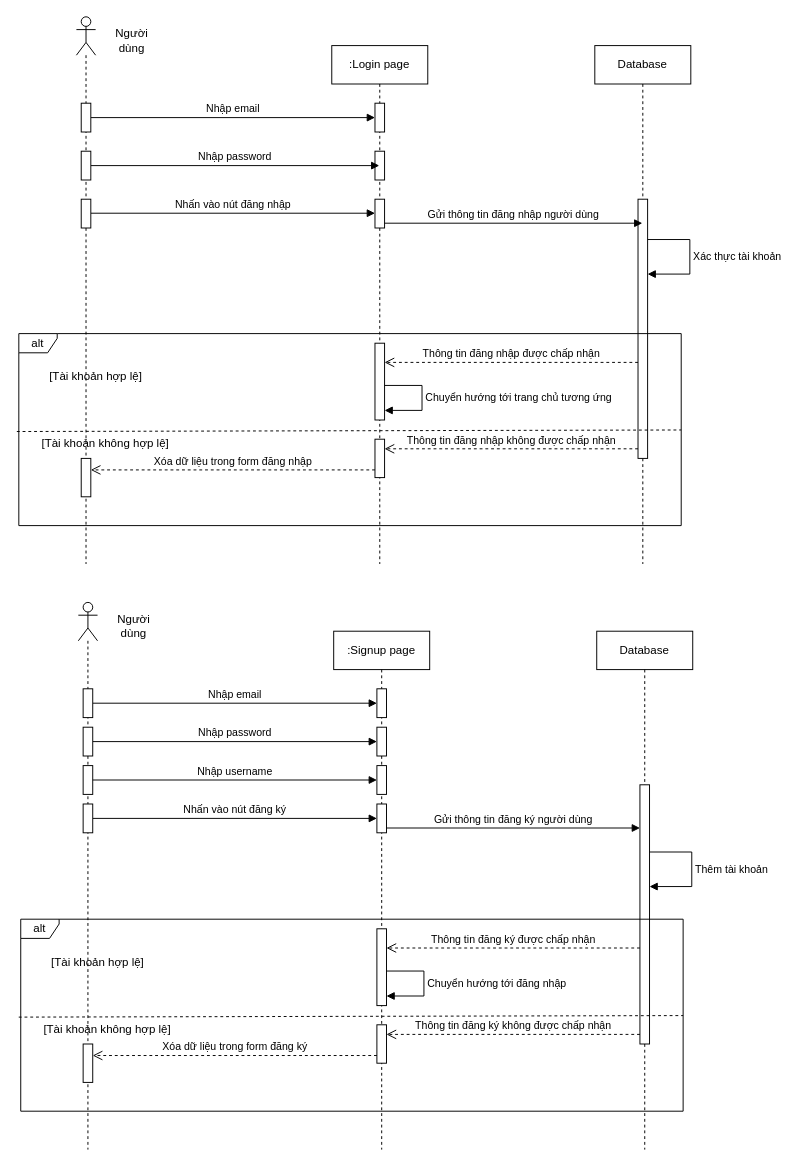
This is SAD Diagrams/login_signup_sequence_diagram.drawio from hvt299/do_an_co_so_2, a draw.io file, before an edit. Source tidied: cells renumbered, new cells numbered last; positions are measured from the earlier drawing's top-left corner, leaving out a move shared by most shapes. Both pictures are drawn from the tidied source at 96%, with x=0, y=0 at pixel (18, 16).
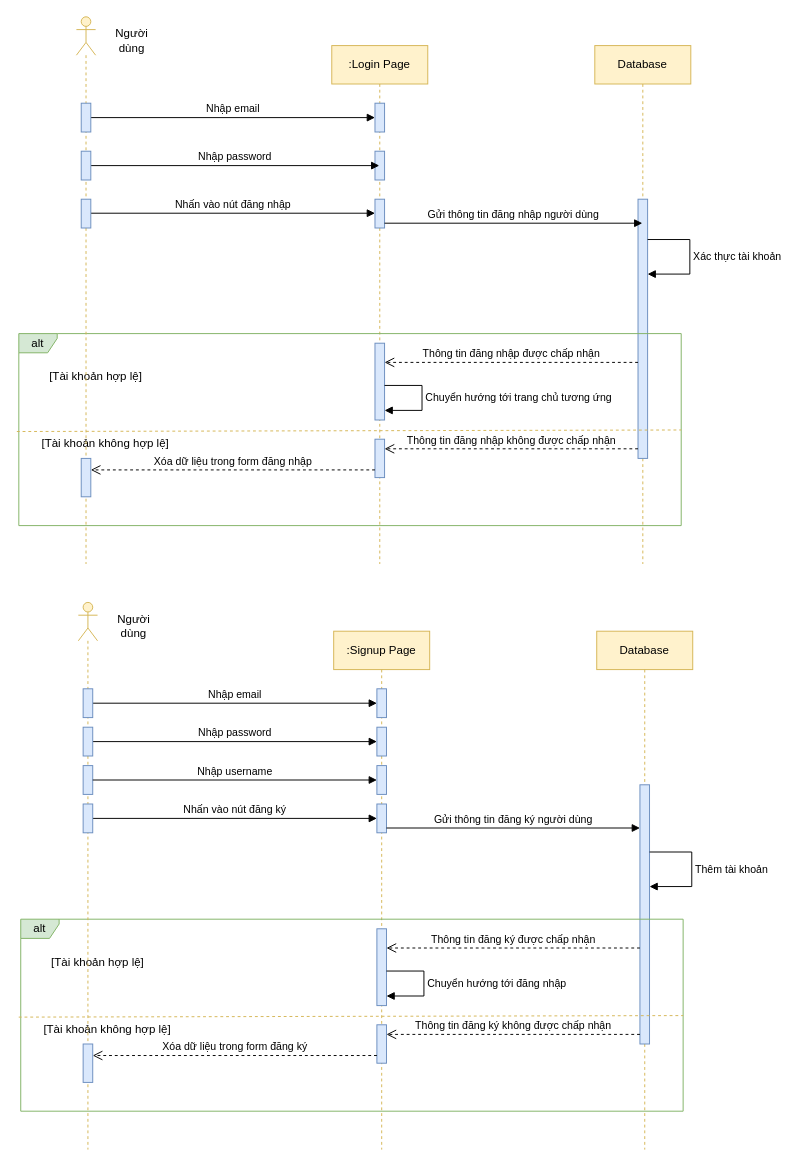
The same page after the edit.

Commit message (it also covers changes not shown here):
Hoàn tất 100% Diagram

The edit, as a diff of the source:
```diff
@@
-    <mxCell id="2" value=":Login page" style="shape=umlLifeline;perimeter=lifelinePerimeter;whiteSpace=wrap;html=1;outlineConnect=0;portConstraint=eastwest;newEdgeStyle={&quot;edgeStyle&quot;:&quot;elbowEdgeStyle&quot;,&quot;elbow&quot;:&quot;vertical&quot;,&quot;curved&quot;:0,&quot;rounded&quot;:0};" parent="1" vertex="1">
+    <mxCell id="2" value=":Login Page" style="shape=umlLifeline;perimeter=lifelinePerimeter;whiteSpace=wrap;html=1;outlineConnect=0;portConstraint=eastwest;newEdgeStyle={&quot;edgeStyle&quot;:&quot;elbowEdgeStyle&quot;,&quot;elbow&quot;:&quot;vertical&quot;,&quot;curved&quot;:0,&quot;rounded&quot;:0};fillColor=#fff2cc;strokeColor=#d6b656;" parent="1" vertex="1">
       <mxGeometry x="326.1" y="30" width="100" height="540" as="geometry" />
     </mxCell>
-    <mxCell id="3" style="html=1;points=[];perimeter=orthogonalPerimeter;outlineConnect=0;targetShapes=umlLifeline;portConstraint=eastwest;newEdgeStyle={&quot;edgeStyle&quot;:&quot;elbowEdgeStyle&quot;,&quot;elbow&quot;:&quot;vertical&quot;,&quot;curved&quot;:0,&quot;rounded&quot;:0};" parent="2" vertex="1">
+    <mxCell id="3" style="html=1;points=[];perimeter=orthogonalPerimeter;outlineConnect=0;targetShapes=umlLifeline;portConstraint=eastwest;newEdgeStyle={&quot;edgeStyle&quot;:&quot;elbowEdgeStyle&quot;,&quot;elbow&quot;:&quot;vertical&quot;,&quot;curved&quot;:0,&quot;rounded&quot;:0};fillColor=#dae8fc;strokeColor=#6c8ebf;" parent="2" vertex="1">
       <mxGeometry x="45" y="60" width="10" height="30" as="geometry" />
     </mxCell>
-    <mxCell id="4" style="html=1;perimeter=orthogonalPerimeter;targetShapes=umlLifeline;newEdgeStyle={&quot;curved&quot;:0,&quot;rounded&quot;:0};" parent="2" vertex="1">
+    <mxCell id="4" style="html=1;perimeter=orthogonalPerimeter;targetShapes=umlLifeline;newEdgeStyle={&quot;curved&quot;:0,&quot;rounded&quot;:0};fillColor=#dae8fc;strokeColor=#6c8ebf;" parent="2" vertex="1">
       <mxGeometry x="45" y="110" width="10" height="30" as="geometry" />
     </mxCell>
-    <mxCell id="5" style="html=1;points=[[0,0,0,0,5],[0,1,0,0,-5],[1,0,0,0,5],[1,1,0,0,-5]];perimeter=orthogonalPerimeter;outlineConnect=0;targetShapes=umlLifeline;portConstraint=eastwest;newEdgeStyle={&quot;curved&quot;:0,&quot;rounded&quot;:0};" parent="2" vertex="1">
+    <mxCell id="5" style="html=1;points=[[0,0,0,0,5],[0,1,0,0,-5],[1,0,0,0,5],[1,1,0,0,-5]];perimeter=orthogonalPerimeter;outlineConnect=0;targetShapes=umlLifeline;portConstraint=eastwest;newEdgeStyle={&quot;curved&quot;:0,&quot;rounded&quot;:0};fillColor=#dae8fc;strokeColor=#6c8ebf;" parent="2" vertex="1">
       <mxGeometry x="45" y="160" width="10" height="30" as="geometry" />
     </mxCell>
-    <mxCell id="6" value="Database" style="shape=umlLifeline;perimeter=lifelinePerimeter;whiteSpace=wrap;html=1;outlineConnect=0;portConstraint=eastwest;newEdgeStyle={&quot;edgeStyle&quot;:&quot;elbowEdgeStyle&quot;,&quot;elbow&quot;:&quot;vertical&quot;,&quot;curved&quot;:0,&quot;rounded&quot;:0};" parent="1" vertex="1">
+    <mxCell id="6" value="Database" style="shape=umlLifeline;perimeter=lifelinePerimeter;whiteSpace=wrap;html=1;outlineConnect=0;portConstraint=eastwest;newEdgeStyle={&quot;edgeStyle&quot;:&quot;elbowEdgeStyle&quot;,&quot;elbow&quot;:&quot;vertical&quot;,&quot;curved&quot;:0,&quot;rounded&quot;:0};fillColor=#fff2cc;strokeColor=#d6b656;" parent="1" vertex="1">
       <mxGeometry x="600.1" y="30" width="100" height="540" as="geometry" />
     </mxCell>
-    <mxCell id="7" style="html=1;points=[];perimeter=orthogonalPerimeter;outlineConnect=0;targetShapes=umlLifeline;portConstraint=eastwest;newEdgeStyle={&quot;edgeStyle&quot;:&quot;elbowEdgeStyle&quot;,&quot;elbow&quot;:&quot;vertical&quot;,&quot;curved&quot;:0,&quot;rounded&quot;:0};" parent="6" vertex="1">
+    <mxCell id="7" style="html=1;points=[];perimeter=orthogonalPerimeter;outlineConnect=0;targetShapes=umlLifeline;portConstraint=eastwest;newEdgeStyle={&quot;edgeStyle&quot;:&quot;elbowEdgeStyle&quot;,&quot;elbow&quot;:&quot;vertical&quot;,&quot;curved&quot;:0,&quot;rounded&quot;:0};fillColor=#dae8fc;strokeColor=#6c8ebf;" parent="6" vertex="1">
       <mxGeometry x="45" y="160" width="10" height="270" as="geometry" />
     </mxCell>
@@
-    <mxCell id="13" value="alt" style="shape=umlFrame;whiteSpace=wrap;html=1;width=40;height=20;" parent="1" vertex="1">
+    <mxCell id="13" value="alt" style="shape=umlFrame;whiteSpace=wrap;html=1;width=40;height=20;fillColor=#d5e8d4;strokeColor=#82b366;" parent="1" vertex="1">
       <mxGeometry x="0.1" y="330" width="690" height="200" as="geometry" />
     </mxCell>
-    <mxCell id="14" style="endArrow=none;dashed=1;html=1;rounded=0;entryX=1;entryY=0.502;entryDx=0;entryDy=0;entryPerimeter=0;exitX=-0.003;exitY=0.51;exitDx=0;exitDy=0;exitPerimeter=0;" parent="1" edge="1" source="13" target="13">
+    <mxCell id="14" style="endArrow=none;dashed=1;html=1;rounded=0;entryX=1;entryY=0.502;entryDx=0;entryDy=0;entryPerimeter=0;exitX=-0.003;exitY=0.51;exitDx=0;exitDy=0;exitPerimeter=0;fillColor=#fff2cc;strokeColor=#d6b656;" parent="1" edge="1" source="13" target="13">
       <mxGeometry relative="1" as="geometry" />
     </mxCell>
-    <mxCell id="15" style="html=1;points=[[0,0,0,0,5],[0,1,0,0,-5],[1,0,0,0,5],[1,1,0,0,-5]];perimeter=orthogonalPerimeter;outlineConnect=0;targetShapes=umlLifeline;portConstraint=eastwest;newEdgeStyle={&quot;curved&quot;:0,&quot;rounded&quot;:0};" parent="1" vertex="1">
+    <mxCell id="15" style="html=1;points=[[0,0,0,0,5],[0,1,0,0,-5],[1,0,0,0,5],[1,1,0,0,-5]];perimeter=orthogonalPerimeter;outlineConnect=0;targetShapes=umlLifeline;portConstraint=eastwest;newEdgeStyle={&quot;curved&quot;:0,&quot;rounded&quot;:0};fillColor=#dae8fc;strokeColor=#6c8ebf;" parent="1" vertex="1">
       <mxGeometry x="371.1" y="340" width="10" height="80" as="geometry" />
     </mxCell>
@@
-    <mxCell id="20" style="html=1;perimeter=orthogonalPerimeter;targetShapes=umlLifeline;newEdgeStyle={&quot;curved&quot;:0,&quot;rounded&quot;:0};" parent="1" vertex="1">
+    <mxCell id="20" style="html=1;perimeter=orthogonalPerimeter;targetShapes=umlLifeline;newEdgeStyle={&quot;curved&quot;:0,&quot;rounded&quot;:0};fillColor=#dae8fc;strokeColor=#6c8ebf;" parent="1" vertex="1">
       <mxGeometry x="371.1" y="440" width="10" height="40" as="geometry" />
     </mxCell>
@@
-    <mxCell id="22" style="shape=umlLifeline;perimeter=lifelinePerimeter;whiteSpace=wrap;html=1;newEdgeStyle={&quot;curved&quot;:0,&quot;rounded&quot;:0};participant=umlActor;" parent="1" vertex="1">
+    <mxCell id="22" style="shape=umlLifeline;perimeter=lifelinePerimeter;whiteSpace=wrap;html=1;newEdgeStyle={&quot;curved&quot;:0,&quot;rounded&quot;:0};participant=umlActor;fillColor=#fff2cc;strokeColor=#d6b656;" parent="1" vertex="1">
       <mxGeometry x="60.1" width="20" height="570" as="geometry" />
     </mxCell>
-    <mxCell id="23" style="html=1;points=[[0,0,0,0,5],[0,1,0,0,-5],[1,0,0,0,5],[1,1,0,0,-5]];perimeter=orthogonalPerimeter;outlineConnect=0;targetShapes=umlLifeline;portConstraint=eastwest;newEdgeStyle={&quot;curved&quot;:0,&quot;rounded&quot;:0};" parent="22" vertex="1">
+    <mxCell id="23" style="html=1;points=[[0,0,0,0,5],[0,1,0,0,-5],[1,0,0,0,5],[1,1,0,0,-5]];perimeter=orthogonalPerimeter;outlineConnect=0;targetShapes=umlLifeline;portConstraint=eastwest;newEdgeStyle={&quot;curved&quot;:0,&quot;rounded&quot;:0};fillColor=#dae8fc;strokeColor=#6c8ebf;" parent="22" vertex="1">
       <mxGeometry x="5" y="90" width="10" height="30" as="geometry" />
     </mxCell>
-    <mxCell id="24" style="html=1;points=[[0,0,0,0,5],[0,1,0,0,-5],[1,0,0,0,5],[1,1,0,0,-5]];perimeter=orthogonalPerimeter;outlineConnect=0;targetShapes=umlLifeline;portConstraint=eastwest;newEdgeStyle={&quot;curved&quot;:0,&quot;rounded&quot;:0};" parent="22" vertex="1">
+    <mxCell id="24" style="html=1;points=[[0,0,0,0,5],[0,1,0,0,-5],[1,0,0,0,5],[1,1,0,0,-5]];perimeter=orthogonalPerimeter;outlineConnect=0;targetShapes=umlLifeline;portConstraint=eastwest;newEdgeStyle={&quot;curved&quot;:0,&quot;rounded&quot;:0};fillColor=#dae8fc;strokeColor=#6c8ebf;" parent="22" vertex="1">
       <mxGeometry x="5" y="140" width="10" height="30" as="geometry" />
     </mxCell>
-    <mxCell id="25" style="html=1;points=[[0,0,0,0,5],[0,1,0,0,-5],[1,0,0,0,5],[1,1,0,0,-5]];perimeter=orthogonalPerimeter;outlineConnect=0;targetShapes=umlLifeline;portConstraint=eastwest;newEdgeStyle={&quot;curved&quot;:0,&quot;rounded&quot;:0};" parent="22" vertex="1">
+    <mxCell id="25" style="html=1;points=[[0,0,0,0,5],[0,1,0,0,-5],[1,0,0,0,5],[1,1,0,0,-5]];perimeter=orthogonalPerimeter;outlineConnect=0;targetShapes=umlLifeline;portConstraint=eastwest;newEdgeStyle={&quot;curved&quot;:0,&quot;rounded&quot;:0};fillColor=#dae8fc;strokeColor=#6c8ebf;" parent="22" vertex="1">
       <mxGeometry x="5" y="190" width="10" height="30" as="geometry" />
     </mxCell>
-    <mxCell id="26" style="html=1;points=[[0,0,0,0,5],[0,1,0,0,-5],[1,0,0,0,5],[1,1,0,0,-5]];perimeter=orthogonalPerimeter;outlineConnect=0;targetShapes=umlLifeline;portConstraint=eastwest;newEdgeStyle={&quot;curved&quot;:0,&quot;rounded&quot;:0};" parent="22" vertex="1">
+    <mxCell id="26" style="html=1;points=[[0,0,0,0,5],[0,1,0,0,-5],[1,0,0,0,5],[1,1,0,0,-5]];perimeter=orthogonalPerimeter;outlineConnect=0;targetShapes=umlLifeline;portConstraint=eastwest;newEdgeStyle={&quot;curved&quot;:0,&quot;rounded&quot;:0};fillColor=#dae8fc;strokeColor=#6c8ebf;" parent="22" vertex="1">
       <mxGeometry x="5" y="460" width="10" height="40" as="geometry" />
     </mxCell>
@@
-    <mxCell id="29" value=":Signup page" style="shape=umlLifeline;perimeter=lifelinePerimeter;whiteSpace=wrap;html=1;newEdgeStyle={&quot;edgeStyle&quot;:&quot;elbowEdgeStyle&quot;,&quot;elbow&quot;:&quot;vertical&quot;,&quot;curved&quot;:0,&quot;rounded&quot;:0};" parent="1" vertex="1">
+    <mxCell id="29" value=":Signup Page" style="shape=umlLifeline;perimeter=lifelinePerimeter;whiteSpace=wrap;html=1;newEdgeStyle={&quot;edgeStyle&quot;:&quot;elbowEdgeStyle&quot;,&quot;elbow&quot;:&quot;vertical&quot;,&quot;curved&quot;:0,&quot;rounded&quot;:0};fillColor=#fff2cc;strokeColor=#d6b656;" parent="1" vertex="1">
       <mxGeometry x="328.1" y="640" width="100" height="540" as="geometry" />
     </mxCell>
-    <mxCell id="30" style="html=1;points=[];perimeter=orthogonalPerimeter;outlineConnect=0;targetShapes=umlLifeline;portConstraint=eastwest;newEdgeStyle={&quot;edgeStyle&quot;:&quot;elbowEdgeStyle&quot;,&quot;elbow&quot;:&quot;vertical&quot;,&quot;curved&quot;:0,&quot;rounded&quot;:0};" parent="29" vertex="1">
+    <mxCell id="30" style="html=1;points=[];perimeter=orthogonalPerimeter;outlineConnect=0;targetShapes=umlLifeline;portConstraint=eastwest;newEdgeStyle={&quot;edgeStyle&quot;:&quot;elbowEdgeStyle&quot;,&quot;elbow&quot;:&quot;vertical&quot;,&quot;curved&quot;:0,&quot;rounded&quot;:0};fillColor=#dae8fc;strokeColor=#6c8ebf;" parent="29" vertex="1">
       <mxGeometry x="45" y="60" width="10" height="30" as="geometry" />
     </mxCell>
-    <mxCell id="31" style="html=1;points=[[0,0,0,0,5],[0,1,0,0,-5],[1,0,0,0,5],[1,1,0,0,-5]];perimeter=orthogonalPerimeter;outlineConnect=0;targetShapes=umlLifeline;portConstraint=eastwest;newEdgeStyle={&quot;curved&quot;:0,&quot;rounded&quot;:0};" parent="29" vertex="1">
+    <mxCell id="31" style="html=1;points=[[0,0,0,0,5],[0,1,0,0,-5],[1,0,0,0,5],[1,1,0,0,-5]];perimeter=orthogonalPerimeter;outlineConnect=0;targetShapes=umlLifeline;portConstraint=eastwest;newEdgeStyle={&quot;curved&quot;:0,&quot;rounded&quot;:0};fillColor=#dae8fc;strokeColor=#6c8ebf;" parent="29" vertex="1">
       <mxGeometry x="45" y="100" width="10" height="30" as="geometry" />
     </mxCell>
-    <mxCell id="32" style="html=1;points=[[0,0,0,0,5],[0,1,0,0,-5],[1,0,0,0,5],[1,1,0,0,-5]];perimeter=orthogonalPerimeter;outlineConnect=0;targetShapes=umlLifeline;portConstraint=eastwest;newEdgeStyle={&quot;curved&quot;:0,&quot;rounded&quot;:0};" parent="29" vertex="1">
+    <mxCell id="32" style="html=1;points=[[0,0,0,0,5],[0,1,0,0,-5],[1,0,0,0,5],[1,1,0,0,-5]];perimeter=orthogonalPerimeter;outlineConnect=0;targetShapes=umlLifeline;portConstraint=eastwest;newEdgeStyle={&quot;curved&quot;:0,&quot;rounded&quot;:0};fillColor=#dae8fc;strokeColor=#6c8ebf;" parent="29" vertex="1">
       <mxGeometry x="45" y="140" width="10" height="30" as="geometry" />
     </mxCell>
-    <mxCell id="33" style="html=1;points=[[0,0,0,0,5],[0,1,0,0,-5],[1,0,0,0,5],[1,1,0,0,-5]];perimeter=orthogonalPerimeter;outlineConnect=0;targetShapes=umlLifeline;portConstraint=eastwest;newEdgeStyle={&quot;curved&quot;:0,&quot;rounded&quot;:0};" parent="29" vertex="1">
+    <mxCell id="33" style="html=1;points=[[0,0,0,0,5],[0,1,0,0,-5],[1,0,0,0,5],[1,1,0,0,-5]];perimeter=orthogonalPerimeter;outlineConnect=0;targetShapes=umlLifeline;portConstraint=eastwest;newEdgeStyle={&quot;curved&quot;:0,&quot;rounded&quot;:0};fillColor=#dae8fc;strokeColor=#6c8ebf;" parent="29" vertex="1">
       <mxGeometry x="45" y="180" width="10" height="30" as="geometry" />
     </mxCell>
-    <mxCell id="34" value="Database" style="shape=umlLifeline;perimeter=lifelinePerimeter;whiteSpace=wrap;html=1;newEdgeStyle={&quot;edgeStyle&quot;:&quot;elbowEdgeStyle&quot;,&quot;elbow&quot;:&quot;vertical&quot;,&quot;curved&quot;:0,&quot;rounded&quot;:0};" parent="1" vertex="1">
+    <mxCell id="34" value="Database" style="shape=umlLifeline;perimeter=lifelinePerimeter;whiteSpace=wrap;html=1;newEdgeStyle={&quot;edgeStyle&quot;:&quot;elbowEdgeStyle&quot;,&quot;elbow&quot;:&quot;vertical&quot;,&quot;curved&quot;:0,&quot;rounded&quot;:0};fillColor=#fff2cc;strokeColor=#d6b656;" parent="1" vertex="1">
       <mxGeometry x="602.1" y="640" width="100" height="540" as="geometry" />
     </mxCell>
-    <mxCell id="35" style="html=1;points=[];perimeter=orthogonalPerimeter;outlineConnect=0;targetShapes=umlLifeline;portConstraint=eastwest;newEdgeStyle={&quot;edgeStyle&quot;:&quot;elbowEdgeStyle&quot;,&quot;elbow&quot;:&quot;vertical&quot;,&quot;curved&quot;:0,&quot;rounded&quot;:0};" parent="34" vertex="1">
+    <mxCell id="35" style="html=1;points=[];perimeter=orthogonalPerimeter;outlineConnect=0;targetShapes=umlLifeline;portConstraint=eastwest;newEdgeStyle={&quot;edgeStyle&quot;:&quot;elbowEdgeStyle&quot;,&quot;elbow&quot;:&quot;vertical&quot;,&quot;curved&quot;:0,&quot;rounded&quot;:0};fillColor=#dae8fc;strokeColor=#6c8ebf;" parent="34" vertex="1">
       <mxGeometry x="45" y="160" width="10" height="270" as="geometry" />
     </mxCell>
@@
-    <mxCell id="41" value="alt" style="shape=umlFrame;whiteSpace=wrap;html=1;width=40;height=20;" parent="1" vertex="1">
+    <mxCell id="41" value="alt" style="shape=umlFrame;whiteSpace=wrap;html=1;width=40;height=20;fillColor=#d5e8d4;strokeColor=#82b366;" parent="1" vertex="1">
       <mxGeometry x="2.1" y="940" width="690" height="200" as="geometry" />
     </mxCell>
-    <mxCell id="42" style="endArrow=none;dashed=1;html=1;rounded=0;entryX=1;entryY=0.502;entryDx=0;entryDy=0;entryPerimeter=0;exitX=-0.003;exitY=0.51;exitDx=0;exitDy=0;exitPerimeter=0;" parent="1" edge="1" source="41" target="41">
+    <mxCell id="42" style="endArrow=none;dashed=1;html=1;rounded=0;entryX=1;entryY=0.502;entryDx=0;entryDy=0;entryPerimeter=0;exitX=-0.003;exitY=0.51;exitDx=0;exitDy=0;exitPerimeter=0;fillColor=#fff2cc;strokeColor=#d6b656;" parent="1" edge="1" source="41" target="41">
       <mxGeometry relative="1" as="geometry" />
     </mxCell>
-    <mxCell id="43" style="html=1;points=[[0,0,0,0,5],[0,1,0,0,-5],[1,0,0,0,5],[1,1,0,0,-5]];perimeter=orthogonalPerimeter;outlineConnect=0;targetShapes=umlLifeline;portConstraint=eastwest;newEdgeStyle={&quot;curved&quot;:0,&quot;rounded&quot;:0};" parent="1" vertex="1">
+    <mxCell id="43" style="html=1;points=[[0,0,0,0,5],[0,1,0,0,-5],[1,0,0,0,5],[1,1,0,0,-5]];perimeter=orthogonalPerimeter;outlineConnect=0;targetShapes=umlLifeline;portConstraint=eastwest;newEdgeStyle={&quot;curved&quot;:0,&quot;rounded&quot;:0};fillColor=#dae8fc;strokeColor=#6c8ebf;" parent="1" vertex="1">
       <mxGeometry x="373.1" y="950" width="10" height="80" as="geometry" />
     </mxCell>
@@
-    <mxCell id="48" style="html=1;perimeter=orthogonalPerimeter;targetShapes=umlLifeline;newEdgeStyle={&quot;curved&quot;:0,&quot;rounded&quot;:0};" parent="1" vertex="1">
+    <mxCell id="48" style="html=1;perimeter=orthogonalPerimeter;targetShapes=umlLifeline;newEdgeStyle={&quot;curved&quot;:0,&quot;rounded&quot;:0};fillColor=#dae8fc;strokeColor=#6c8ebf;" parent="1" vertex="1">
       <mxGeometry x="373.1" y="1050" width="10" height="40" as="geometry" />
     </mxCell>
@@
-    <mxCell id="50" style="shape=umlLifeline;perimeter=lifelinePerimeter;whiteSpace=wrap;html=1;newEdgeStyle={&quot;curved&quot;:0,&quot;rounded&quot;:0};participant=umlActor;" parent="1" vertex="1">
+    <mxCell id="50" style="shape=umlLifeline;perimeter=lifelinePerimeter;whiteSpace=wrap;html=1;newEdgeStyle={&quot;curved&quot;:0,&quot;rounded&quot;:0};participant=umlActor;fillColor=#fff2cc;strokeColor=#d6b656;" parent="1" vertex="1">
       <mxGeometry x="62.1" y="610" width="20" height="570" as="geometry" />
     </mxCell>
-    <mxCell id="51" style="html=1;points=[[0,0,0,0,5],[0,1,0,0,-5],[1,0,0,0,5],[1,1,0,0,-5]];perimeter=orthogonalPerimeter;outlineConnect=0;targetShapes=umlLifeline;portConstraint=eastwest;newEdgeStyle={&quot;curved&quot;:0,&quot;rounded&quot;:0};" parent="50" vertex="1">
+    <mxCell id="51" style="html=1;points=[[0,0,0,0,5],[0,1,0,0,-5],[1,0,0,0,5],[1,1,0,0,-5]];perimeter=orthogonalPerimeter;outlineConnect=0;targetShapes=umlLifeline;portConstraint=eastwest;newEdgeStyle={&quot;curved&quot;:0,&quot;rounded&quot;:0};fillColor=#dae8fc;strokeColor=#6c8ebf;" parent="50" vertex="1">
       <mxGeometry x="5" y="90" width="10" height="30" as="geometry" />
     </mxCell>
-    <mxCell id="52" style="html=1;points=[[0,0,0,0,5],[0,1,0,0,-5],[1,0,0,0,5],[1,1,0,0,-5]];perimeter=orthogonalPerimeter;outlineConnect=0;targetShapes=umlLifeline;portConstraint=eastwest;newEdgeStyle={&quot;curved&quot;:0,&quot;rounded&quot;:0};" parent="50" vertex="1">
+    <mxCell id="52" style="html=1;points=[[0,0,0,0,5],[0,1,0,0,-5],[1,0,0,0,5],[1,1,0,0,-5]];perimeter=orthogonalPerimeter;outlineConnect=0;targetShapes=umlLifeline;portConstraint=eastwest;newEdgeStyle={&quot;curved&quot;:0,&quot;rounded&quot;:0};fillColor=#dae8fc;strokeColor=#6c8ebf;" parent="50" vertex="1">
       <mxGeometry x="5" y="130" width="10" height="30" as="geometry" />
     </mxCell>
-    <mxCell id="53" style="html=1;points=[[0,0,0,0,5],[0,1,0,0,-5],[1,0,0,0,5],[1,1,0,0,-5]];perimeter=orthogonalPerimeter;outlineConnect=0;targetShapes=umlLifeline;portConstraint=eastwest;newEdgeStyle={&quot;curved&quot;:0,&quot;rounded&quot;:0};" parent="50" vertex="1">
+    <mxCell id="53" style="html=1;points=[[0,0,0,0,5],[0,1,0,0,-5],[1,0,0,0,5],[1,1,0,0,-5]];perimeter=orthogonalPerimeter;outlineConnect=0;targetShapes=umlLifeline;portConstraint=eastwest;newEdgeStyle={&quot;curved&quot;:0,&quot;rounded&quot;:0};fillColor=#dae8fc;strokeColor=#6c8ebf;" parent="50" vertex="1">
       <mxGeometry x="5" y="210" width="10" height="30" as="geometry" />
     </mxCell>
-    <mxCell id="54" style="html=1;points=[[0,0,0,0,5],[0,1,0,0,-5],[1,0,0,0,5],[1,1,0,0,-5]];perimeter=orthogonalPerimeter;outlineConnect=0;targetShapes=umlLifeline;portConstraint=eastwest;newEdgeStyle={&quot;curved&quot;:0,&quot;rounded&quot;:0};" parent="50" vertex="1">
+    <mxCell id="54" style="html=1;points=[[0,0,0,0,5],[0,1,0,0,-5],[1,0,0,0,5],[1,1,0,0,-5]];perimeter=orthogonalPerimeter;outlineConnect=0;targetShapes=umlLifeline;portConstraint=eastwest;newEdgeStyle={&quot;curved&quot;:0,&quot;rounded&quot;:0};fillColor=#dae8fc;strokeColor=#6c8ebf;" parent="50" vertex="1">
       <mxGeometry x="5" y="460" width="10" height="40" as="geometry" />
     </mxCell>
-    <mxCell id="55" style="html=1;points=[[0,0,0,0,5],[0,1,0,0,-5],[1,0,0,0,5],[1,1,0,0,-5]];perimeter=orthogonalPerimeter;outlineConnect=0;targetShapes=umlLifeline;portConstraint=eastwest;newEdgeStyle={&quot;curved&quot;:0,&quot;rounded&quot;:0};" parent="50" vertex="1">
+    <mxCell id="55" style="html=1;points=[[0,0,0,0,5],[0,1,0,0,-5],[1,0,0,0,5],[1,1,0,0,-5]];perimeter=orthogonalPerimeter;outlineConnect=0;targetShapes=umlLifeline;portConstraint=eastwest;newEdgeStyle={&quot;curved&quot;:0,&quot;rounded&quot;:0};fillColor=#dae8fc;strokeColor=#6c8ebf;" parent="50" vertex="1">
       <mxGeometry x="5" y="170" width="10" height="30" as="geometry" />
     </mxCell>
```
